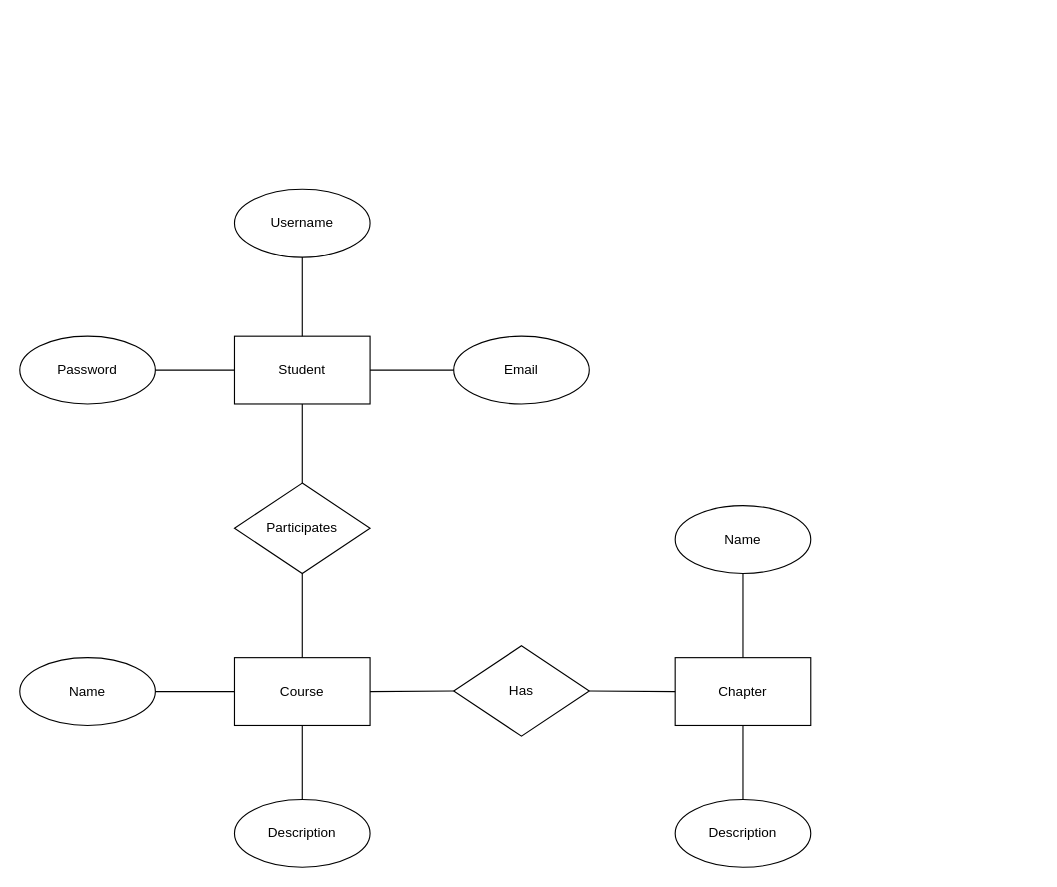
Earlier version of the draw.io diagram Analyse/er-diagram-aspl.drawio (Flyyrin/aspl-ai-software-learning-platform). Source tidied: cells renumbered, new cells numbered last; positions are measured from the earlier drawing's top-left corner, leaving out a move shared by most shapes. Both pictures are drawn from the tidied source at 113%, with x=0, y=0 at pixel (19, 189).
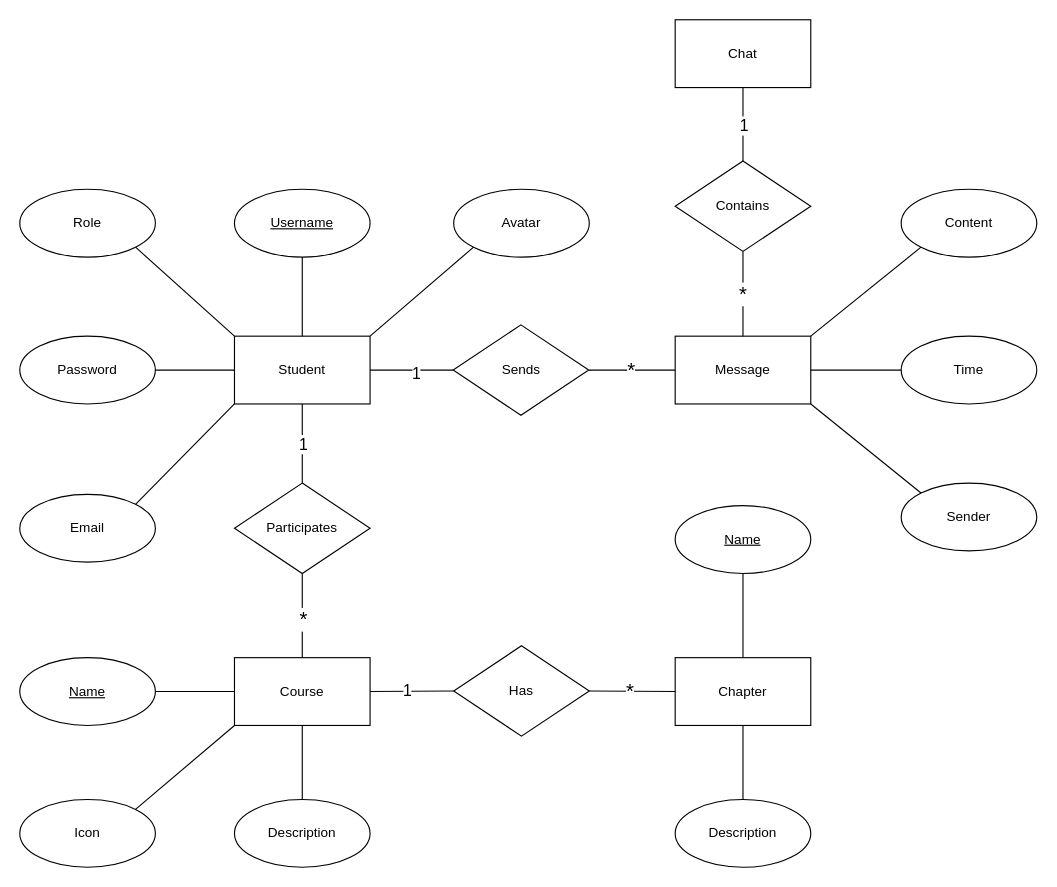
The same page after the edit.

The change refers to these unchanged cells:
```xml
<mxCell id="2" value="Student" style="rounded=0;whiteSpace=wrap;html=1;" parent="1" vertex="1">
  <mxGeometry x="190" y="130" width="120" height="60" as="geometry" />
</mxCell>
<mxCell id="6" value="Participates" style="rhombus;whiteSpace=wrap;html=1;" parent="1" vertex="1">
  <mxGeometry x="190" y="260" width="120" height="80" as="geometry" />
</mxCell>
<mxCell id="10" style="endArrow=none;html=1;rounded=0;exitX=0.5;exitY=1;exitDx=0;exitDy=0;entryX=0.5;entryY=0;entryDx=0;entryDy=0;" parent="1" edge="1" source="2" target="6">
  <mxGeometry relative="1" as="geometry" />
</mxCell>
<mxCell id="11" value="Course" style="rounded=0;whiteSpace=wrap;html=1;" parent="1" vertex="1">
  <mxGeometry x="190" y="414.5" width="120" height="60" as="geometry" />
</mxCell>
<mxCell id="18" style="endArrow=none;html=1;rounded=0;entryX=0;entryY=0.5;entryDx=0;entryDy=0;exitX=1;exitY=0.5;exitDx=0;exitDy=0;" parent="1" edge="1" source="11" target="17">
  <mxGeometry relative="1" as="geometry" />
</mxCell>
<mxCell id="22" style="endArrow=none;html=1;rounded=0;entryX=1;entryY=0.5;entryDx=0;entryDy=0;exitX=0;exitY=0.5;exitDx=0;exitDy=0;" parent="1" edge="1" source="19" target="17">
  <mxGeometry relative="1" as="geometry" />
</mxCell>
```

Diff of the diagram source:
```diff
@@
-    <mxCell id="3" value="Username" style="ellipse;whiteSpace=wrap;html=1;" parent="1" vertex="1">
+    <mxCell id="3" value="&lt;u&gt;Username&lt;/u&gt;" style="ellipse;whiteSpace=wrap;html=1;" parent="1" vertex="1">
       <mxGeometry x="190" width="120" height="60" as="geometry" />
     </mxCell>
     <mxCell id="4" value="Email" style="ellipse;whiteSpace=wrap;html=1;" parent="1" vertex="1">
-      <mxGeometry x="384" y="130" width="120" height="60" as="geometry" />
+      <mxGeometry y="270" width="120" height="60" as="geometry" />
     </mxCell>
@@
-    <mxCell id="8" style="endArrow=none;html=1;rounded=0;exitX=1;exitY=0.5;exitDx=0;exitDy=0;entryX=0;entryY=0.5;entryDx=0;entryDy=0;" parent="1" edge="1" source="2" target="4">
+    <mxCell id="8" style="endArrow=none;html=1;rounded=0;exitX=0;exitY=1;exitDx=0;exitDy=0;entryX=1;entryY=0;entryDx=0;entryDy=0;" parent="1" edge="1" source="2" target="4">
       <mxGeometry relative="1" as="geometry" />
     </mxCell>
@@
+    <mxCell id="25" value="1" style="edgeLabel;html=1;align=center;verticalAlign=middle;fontSize=14;" parent="10" vertex="1">
+      <mxGeometry relative="1" as="geometry" />
+    </mxCell>
@@
-    <mxCell id="13" value="Name" style="ellipse;whiteSpace=wrap;html=1;" parent="1" vertex="1">
+    <mxCell id="13" value="&lt;u&gt;Name&lt;/u&gt;" style="ellipse;whiteSpace=wrap;html=1;" parent="1" vertex="1">
       <mxGeometry y="414.5" width="120" height="60" as="geometry" />
     </mxCell>
-    <mxCell id="14" style="endArrow=none;html=1;rounded=0;entryX=0.5;entryY=1;entryDx=0;entryDy=0;exitX=0.5;exitY=0;exitDx=0;exitDy=0;" parent="1" edge="1" source="11" target="6">
-      <mxGeometry relative="1" as="geometry" />
-    </mxCell>
@@
+    <mxCell id="26" value="1" style="edgeLabel;html=1;align=center;verticalAlign=middle;fontSize=14;" parent="18" vertex="1">
+      <mxGeometry x="-0.12" y="1" relative="1" as="geometry" />
+    </mxCell>
@@
+    <mxCell id="27" value="*" style="edgeLabel;html=1;align=center;verticalAlign=middle;fontSize=18;" parent="22" vertex="1">
+      <mxGeometry x="0.09" relative="1" as="geometry" />
+    </mxCell>
-    <mxCell id="23" value="Name" style="ellipse;whiteSpace=wrap;html=1;" parent="1" vertex="1">
+    <mxCell id="23" value="&lt;u&gt;Name&lt;/u&gt;" style="ellipse;whiteSpace=wrap;html=1;" parent="1" vertex="1">
       <mxGeometry x="580" y="280" width="120" height="60" as="geometry" />
     </mxCell>
@@
+    <mxCell id="28" value="Icon" style="ellipse;whiteSpace=wrap;html=1;" parent="1" vertex="1">
+      <mxGeometry y="540" width="120" height="60" as="geometry" />
+    </mxCell>
+    <mxCell id="29" style="endArrow=none;html=1;rounded=0;exitX=0;exitY=1;exitDx=0;exitDy=0;entryX=1;entryY=0;entryDx=0;entryDy=0;" parent="1" edge="1" source="11" target="28">
+      <mxGeometry relative="1" as="geometry" />
+    </mxCell>
+    <mxCell id="30" value="Avatar" style="ellipse;whiteSpace=wrap;html=1;" parent="1" vertex="1">
+      <mxGeometry x="384" width="120" height="60" as="geometry" />
+    </mxCell>
+    <mxCell id="31" value="Role" style="ellipse;whiteSpace=wrap;html=1;" parent="1" vertex="1">
+      <mxGeometry width="120" height="60" as="geometry" />
+    </mxCell>
+    <mxCell id="32" style="endArrow=none;html=1;rounded=0;entryX=0;entryY=1;entryDx=0;entryDy=0;exitX=1;exitY=0;exitDx=0;exitDy=0;" parent="1" edge="1" source="2" target="30">
+      <mxGeometry relative="1" as="geometry" />
+    </mxCell>
+    <mxCell id="33" style="endArrow=none;html=1;rounded=0;entryX=1;entryY=1;entryDx=0;entryDy=0;exitX=0;exitY=0;exitDx=0;exitDy=0;" parent="1" edge="1" source="2" target="31">
+      <mxGeometry relative="1" as="geometry" />
+    </mxCell>
+    <mxCell id="34" value="&lt;div style=&quot;text-align: start;&quot;&gt;Message&lt;/div&gt;" style="rounded=0;whiteSpace=wrap;html=1;" parent="1" vertex="1">
+      <mxGeometry x="580" y="130" width="120" height="60" as="geometry" />
+    </mxCell>
+    <mxCell id="35" value="Content" style="ellipse;whiteSpace=wrap;html=1;" parent="1" vertex="1">
+      <mxGeometry x="780" width="120" height="60" as="geometry" />
+    </mxCell>
+    <mxCell id="36" style="endArrow=none;html=1;rounded=0;entryX=0;entryY=1;entryDx=0;entryDy=0;" parent="1" edge="1" target="35">
+      <mxGeometry relative="1" as="geometry">
+        <mxPoint x="700" y="130" as="sourcePoint" />
+      </mxGeometry>
+    </mxCell>
+    <mxCell id="37" value="Sender" style="ellipse;whiteSpace=wrap;html=1;" parent="1" vertex="1">
+      <mxGeometry x="780" y="260" width="120" height="60" as="geometry" />
+    </mxCell>
+    <mxCell id="38" style="endArrow=none;html=1;rounded=0;entryX=1;entryY=1;entryDx=0;entryDy=0;exitX=0;exitY=0;exitDx=0;exitDy=0;" parent="1" edge="1" source="37" target="34">
+      <mxGeometry relative="1" as="geometry" />
+    </mxCell>
+    <mxCell id="39" value="Time" style="ellipse;whiteSpace=wrap;html=1;" parent="1" vertex="1">
+      <mxGeometry x="780" y="130" width="120" height="60" as="geometry" />
+    </mxCell>
+    <mxCell id="40" style="endArrow=none;html=1;rounded=0;entryX=0;entryY=0.5;entryDx=0;entryDy=0;exitX=1;exitY=0.5;exitDx=0;exitDy=0;" parent="1" edge="1" source="34" target="39">
+      <mxGeometry relative="1" as="geometry" />
+    </mxCell>
+    <mxCell id="41" value="&lt;div style=&quot;text-align: start;&quot;&gt;Chat&lt;/div&gt;" style="rounded=0;whiteSpace=wrap;html=1;" parent="1" vertex="1">
+      <mxGeometry x="580" y="-150" width="120" height="60" as="geometry" />
+    </mxCell>
+    <mxCell id="42" value="Sends" style="rhombus;whiteSpace=wrap;html=1;" parent="1" vertex="1">
+      <mxGeometry x="383.5" y="120" width="120" height="80" as="geometry" />
+    </mxCell>
+    <mxCell id="43" style="endArrow=none;html=1;rounded=0;exitX=1;exitY=0.5;exitDx=0;exitDy=0;entryX=0;entryY=0.5;entryDx=0;entryDy=0;" parent="1" edge="1" source="2" target="42">
+      <mxGeometry relative="1" as="geometry" />
+    </mxCell>
+    <mxCell id="44" value="1" style="edgeLabel;html=1;align=center;verticalAlign=middle;fontSize=14;" parent="43" vertex="1">
+      <mxGeometry x="0.08" y="-2" relative="1" as="geometry" />
+    </mxCell>
+    <mxCell id="45" style="endArrow=none;html=1;rounded=0;exitX=1;exitY=0.5;exitDx=0;exitDy=0;entryX=0;entryY=0.5;entryDx=0;entryDy=0;" parent="1" edge="1" source="42" target="34">
+      <mxGeometry relative="1" as="geometry" />
+    </mxCell>
+    <mxCell id="46" value="*" style="edgeLabel;html=1;align=center;verticalAlign=middle;fontSize=18;" parent="45" vertex="1">
+      <mxGeometry x="-0.02" relative="1" as="geometry" />
+    </mxCell>
+    <mxCell id="47" value="Contains" style="rhombus;whiteSpace=wrap;html=1;" parent="1" vertex="1">
+      <mxGeometry x="580" y="-25" width="120" height="80" as="geometry" />
+    </mxCell>
+    <mxCell id="48" style="endArrow=none;html=1;rounded=0;entryX=0.5;entryY=0;entryDx=0;entryDy=0;exitX=0.5;exitY=1;exitDx=0;exitDy=0;" parent="1" edge="1" source="41" target="47">
+      <mxGeometry relative="1" as="geometry" />
+    </mxCell>
+    <mxCell id="49" value="1" style="edgeLabel;html=1;align=center;verticalAlign=middle;fontSize=14;" parent="48" vertex="1">
+      <mxGeometry relative="1" as="geometry" />
+    </mxCell>
+    <mxCell id="50" style="endArrow=none;html=1;rounded=0;entryX=0.5;entryY=1;entryDx=0;entryDy=0;exitX=0.5;exitY=0;exitDx=0;exitDy=0;" parent="1" edge="1" source="34" target="47">
+      <mxGeometry relative="1" as="geometry" />
+    </mxCell>
+    <mxCell id="51" value="*" style="edgeLabel;html=1;align=center;verticalAlign=middle;fontSize=18;" parent="50" vertex="1">
+      <mxGeometry x="0.02" y="1" relative="1" as="geometry" />
+    </mxCell>
+    <mxCell id="52" style="endArrow=none;html=1;rounded=0;exitX=0.5;exitY=1;exitDx=0;exitDy=0;entryX=0.5;entryY=0;entryDx=0;entryDy=0;" parent="1" edge="1" source="6" target="11">
+      <mxGeometry relative="1" as="geometry" />
+    </mxCell>
+    <mxCell id="53" value="*" style="edgeLabel;align=center;verticalAlign=middle;fontSize=18;labelBorderColor=none;textShadow=0;html=1;spacingTop=0;spacing=2;" parent="52" vertex="1">
+      <mxGeometry relative="1" as="geometry">
+        <mxPoint y="3" as="offset" />
+      </mxGeometry>
+    </mxCell>
```
